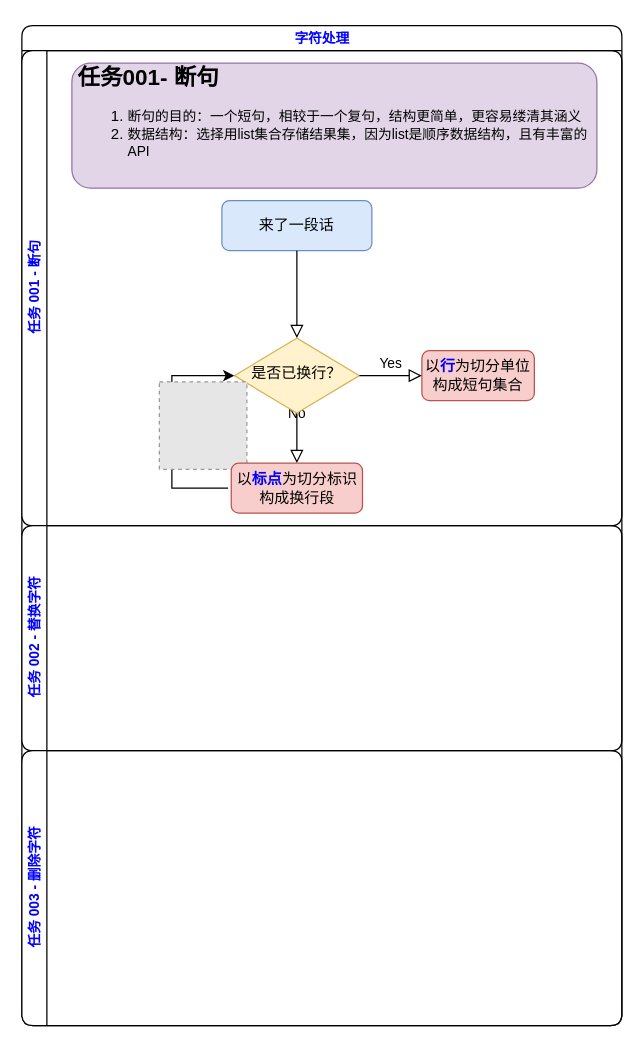
ZYMDB/mindMap keeps this draw.io diagram as map/001.字符处理.drawio. Above is the earlier version. Source tidied: cells renumbered, new cells numbered last; positions are measured from the earlier drawing's top-left corner, leaving out a move shared by most shapes. Both pictures are drawn from the tidied source at 125%, with x=0, y=0 at pixel (21, 25). Pictures stored in the file or linked from it are replaced by grey dashed boxes.
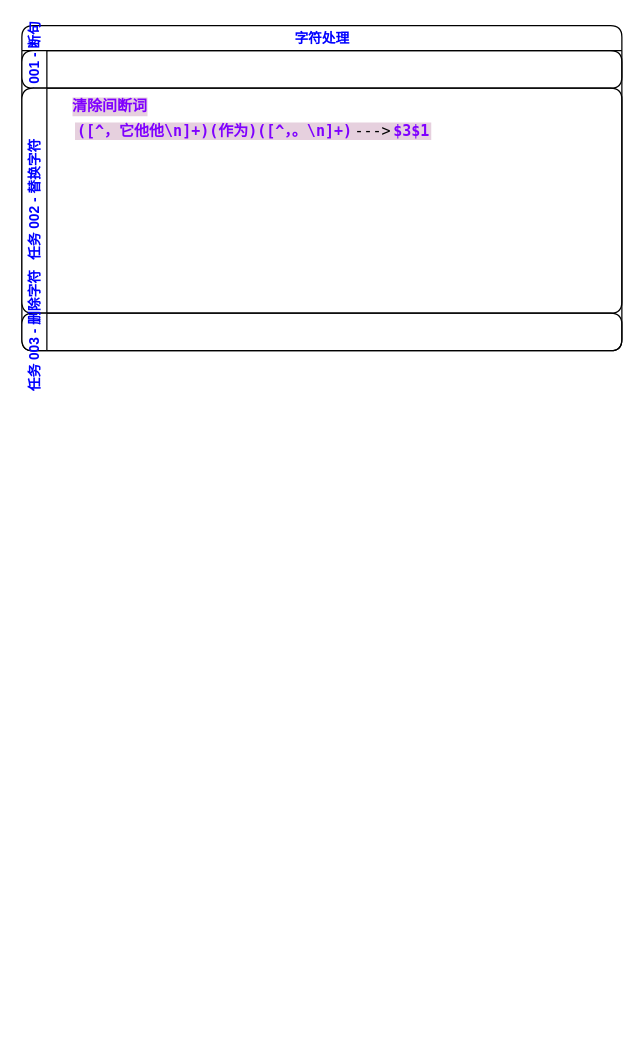
After the change.

Commit message:
更新001.字符处理.drawio

What changed in the source:
```diff
@@
 <mxGraphModel>
   <root>
     <mxCell id="0" />
     <mxCell id="1" parent="0" />
     <mxCell id="2" value="字符处理" style="swimlane;horizontal=1;startSize=20;html=1;rounded=1;shadow=0;glass=0;sketch=0;fontSize=11;fontColor=#0000FF;" parent="1" vertex="1">
-      <mxGeometry width="480" height="800" as="geometry" />
+      <mxGeometry width="480" height="260" as="geometry" />
     </mxCell>
-    <mxCell id="3" value="任务 001 - 断句" style="swimlane;startSize=20;horizontal=0;html=1;rounded=1;shadow=0;glass=0;sketch=0;fontSize=11;fontColor=#0000FF;" parent="2" vertex="1">
-      <mxGeometry y="20" width="480" height="380" as="geometry" />
+    <mxCell id="3" value="任务 001 - 断句" style="swimlane;startSize=20;horizontal=0;html=1;rounded=1;shadow=0;glass=0;sketch=0;fontSize=11;fontColor=#0000FF;" parent="2" vertex="1" collapsed="1">
+      <mxGeometry y="20" width="480" height="30" as="geometry" />
     </mxCell>
-    <mxCell id="4" value="&lt;h1 style=&quot;font-size: 18px;&quot;&gt;&lt;font style=&quot;font-size: 18px;&quot;&gt;任务001- 断句&lt;/font&gt;&lt;/h1&gt;&lt;div&gt;&lt;ol&gt;&lt;li&gt;&lt;font style=&quot;font-size: 11px;&quot;&gt;断句的目的：一个短句，相较于一个复句，结构更简单，更容易缕清其涵义&lt;/font&gt;&lt;/li&gt;&lt;li&gt;&lt;font style=&quot;font-size: 11px;&quot;&gt;数据结构：选择用list集合存储结果集，因为list是顺序数据结构，且有丰富的API&lt;/font&gt;&lt;/li&gt;&lt;/ol&gt;&lt;/div&gt;&lt;br&gt;&lt;br style=&quot;font-size: 18px;&quot;&gt;&lt;p&gt;&lt;/p&gt;" style="text;html=1;strokeColor=#9673a6;fillColor=#e1d5e7;spacing=5;spacingTop=-20;whiteSpace=wrap;overflow=hidden;rounded=1;glass=0;shadow=0;sketch=0;" parent="3" vertex="1">
-      <mxGeometry x="40" y="10" width="420" height="100" as="geometry" />
-    </mxCell>
-    <mxCell id="5" value="来了一段话" style="rounded=1;whiteSpace=wrap;html=1;fontSize=12;glass=0;strokeWidth=1;shadow=0;fillColor=#dae8fc;strokeColor=#6c8ebf;" parent="3" vertex="1">
-      <mxGeometry x="160" y="120" width="120" height="40" as="geometry" />
-    </mxCell>
-    <mxCell id="6" value="No" style="rounded=0;html=1;jettySize=auto;fontSize=11;endArrow=block;endFill=0;endSize=8;strokeWidth=1;shadow=0;labelBackgroundColor=none;edgeStyle=orthogonalEdgeStyle;" parent="3" edge="1" source="7">
-      <mxGeometry y="20" relative="1" as="geometry">
-        <mxPoint x="220" y="330" as="targetPoint" />
-      </mxGeometry>
-    </mxCell>
-    <mxCell id="7" value="是否已换行？" style="rhombus;whiteSpace=wrap;html=1;shadow=0;fontFamily=Helvetica;fontSize=12;align=center;strokeWidth=1;spacing=6;spacingTop=-4;fillColor=#fff2cc;strokeColor=#d6b656;" parent="3" vertex="1">
-      <mxGeometry x="170" y="230" width="100" height="60" as="geometry" />
-    </mxCell>
-    <mxCell id="8" style="rounded=0;html=1;jettySize=auto;fontSize=11;endArrow=block;endFill=0;endSize=8;strokeWidth=1;shadow=0;labelBackgroundColor=none;edgeStyle=orthogonalEdgeStyle;" parent="3" edge="1" source="5" target="7">
-      <mxGeometry relative="1" as="geometry" />
-    </mxCell>
-    <mxCell id="9" value="以&lt;font color=&quot;#0000ff&quot;&gt;&lt;b&gt;行&lt;/b&gt;&lt;/font&gt;为切分单位构成短句集合" style="rounded=1;whiteSpace=wrap;html=1;fontSize=12;glass=0;strokeWidth=1;shadow=0;fillColor=#f8cecc;strokeColor=#b85450;" parent="3" vertex="1">
-      <mxGeometry x="320" y="240" width="90" height="40" as="geometry" />
-    </mxCell>
-    <mxCell id="10" value="Yes" style="edgeStyle=orthogonalEdgeStyle;rounded=0;html=1;jettySize=auto;fontSize=11;endArrow=block;endFill=0;endSize=8;strokeWidth=1;shadow=0;labelBackgroundColor=none;" parent="3" edge="1" source="7" target="9">
-      <mxGeometry y="10" relative="1" as="geometry" />
-    </mxCell>
-    <mxCell id="11" style="endArrow=classic;html=1;rounded=0;exitX=0;exitY=0.5;exitDx=0;exitDy=0;entryX=0;entryY=0.5;entryDx=0;entryDy=0;" parent="3" edge="1" target="7">
-      <mxGeometry relative="1" as="geometry">
-        <mxPoint x="165" y="350" as="sourcePoint" />
-        <Array as="points">
-          <mxPoint x="120" y="350" />
-          <mxPoint x="120" y="260" />
-        </Array>
-      </mxGeometry>
-    </mxCell>
-    <mxCell id="12" style="fillColor=#E6E6E6;strokeColor=#999999;dashed=1;html=1;verticalAlign=top;verticalLabelPosition=bottom;labelBackgroundColor=#ffffff;fontSize=11;fontColor=#0000FF;" parent="3" vertex="1">
-      <mxGeometry x="110" y="265" width="70" height="70" as="geometry" />
-    </mxCell>
-    <mxCell id="13" value="以&lt;b&gt;&lt;font color=&quot;#0000ff&quot;&gt;标点&lt;/font&gt;&lt;/b&gt;为切分标识构成换行段" style="rounded=1;whiteSpace=wrap;html=1;fontSize=12;glass=0;strokeWidth=1;shadow=0;fillColor=#f8cecc;strokeColor=#b85450;" parent="3" vertex="1">
-      <mxGeometry x="167.5" y="330" width="105" height="40" as="geometry" />
-    </mxCell>
     <mxCell id="14" value="任务 002 - 替换字符" style="swimlane;startSize=20;horizontal=0;html=1;rounded=1;shadow=0;glass=0;sketch=0;fontSize=11;fontColor=#0000FF;" parent="2" vertex="1">
-      <mxGeometry y="400" width="480" height="180" as="geometry" />
+      <mxGeometry y="50" width="480" height="180" as="geometry" />
     </mxCell>
+    <mxCell id="16" value="&lt;span style=&quot;background-color: rgb(230, 208, 222);&quot;&gt;&lt;span style=&quot;box-sizing: border-box; font-family: &amp;quot;JetBrains Mono&amp;quot;, &amp;quot;Fira Code&amp;quot;, &amp;quot;Cascadia Code&amp;quot;, Menlo, &amp;quot;Ubuntu Mono&amp;quot;, Consolas, HYZhengYuan; orphans: 4; text-align: start;&quot; class=&quot;md-pair-s md-expand&quot; spellcheck=&quot;false&quot;&gt;&lt;code style=&quot;box-sizing: border-box; font-family: var(--monospace); vertical-align: initial; margin: 0px 2px;&quot;&gt;&lt;b&gt;&lt;font color=&quot;#7f00ff&quot;&gt;([^，它他他\n]+)(作为)([^，。\n]+)&lt;/font&gt;&lt;/b&gt;&lt;/code&gt;&lt;/span&gt;&lt;span style=&quot;box-sizing: border-box; font-family: &amp;quot;JetBrains Mono&amp;quot;, &amp;quot;Fira Code&amp;quot;, &amp;quot;Cascadia Code&amp;quot;, Menlo, &amp;quot;Ubuntu Mono&amp;quot;, Consolas, HYZhengYuan; orphans: 4; text-align: start;&quot; class=&quot;md-plain&quot;&gt;---&amp;gt;&lt;/span&gt;&lt;span style=&quot;box-sizing: border-box; font-family: &amp;quot;JetBrains Mono&amp;quot;, &amp;quot;Fira Code&amp;quot;, &amp;quot;Cascadia Code&amp;quot;, Menlo, &amp;quot;Ubuntu Mono&amp;quot;, Consolas, HYZhengYuan; orphans: 4; text-align: start;&quot; class=&quot;md-pair-s md-expand&quot; spellcheck=&quot;false&quot;&gt;&lt;code style=&quot;box-sizing: border-box; font-family: var(--monospace); vertical-align: initial; margin: 0px 2px;&quot;&gt;&lt;font color=&quot;#7f00ff&quot;&gt;&lt;b&gt;$3$1&lt;/b&gt;&lt;/font&gt;&lt;/code&gt;&lt;/span&gt;&lt;/span&gt;" style="text;html=1;align=center;verticalAlign=middle;strokeColor=none;fillColor=none;" parent="14" vertex="1">
+      <mxGeometry x="30" y="20" width="310" height="30" as="geometry" />
+    </mxCell>
+    <mxCell id="17" value="&lt;b&gt;清除间断词&lt;/b&gt;" style="text;html=1;align=center;verticalAlign=middle;strokeColor=none;fillColor=none;fontColor=#7F00FF;labelBackgroundColor=#E6D0DE;" parent="14" vertex="1">
+      <mxGeometry x="30" width="80" height="30" as="geometry" />
+    </mxCell>
-    <mxCell id="15" value="任务 003 - 删除字符" style="swimlane;startSize=20;horizontal=0;html=1;rounded=1;shadow=0;glass=0;sketch=0;fontSize=11;fontColor=#0000FF;" parent="2" vertex="1">
-      <mxGeometry y="580" width="480" height="220" as="geometry" />
+    <mxCell id="15" value="任务 003 - 删除字符" style="swimlane;startSize=20;horizontal=0;html=1;rounded=1;shadow=0;glass=0;sketch=0;fontSize=11;fontColor=#0000FF;" parent="2" vertex="1" collapsed="1">
+      <mxGeometry y="230" width="480" height="30" as="geometry" />
     </mxCell>
   </root>
 </mxGraphModel>
```
